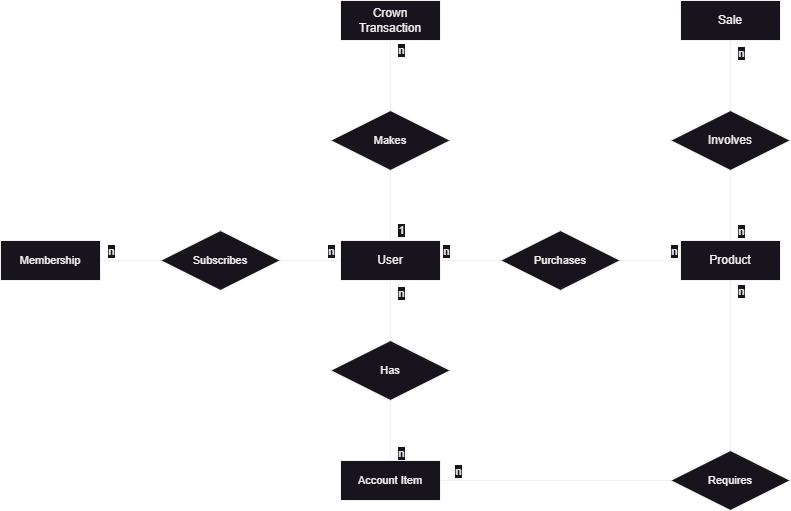
Above: ERModel.png in rpeixe/AspNetCore-MvcStore (draw.io), before the change. Source tidied: cells renumbered, new cells last; positions are measured from the earlier drawing's top-left corner, leaving out a move shared by most shapes.
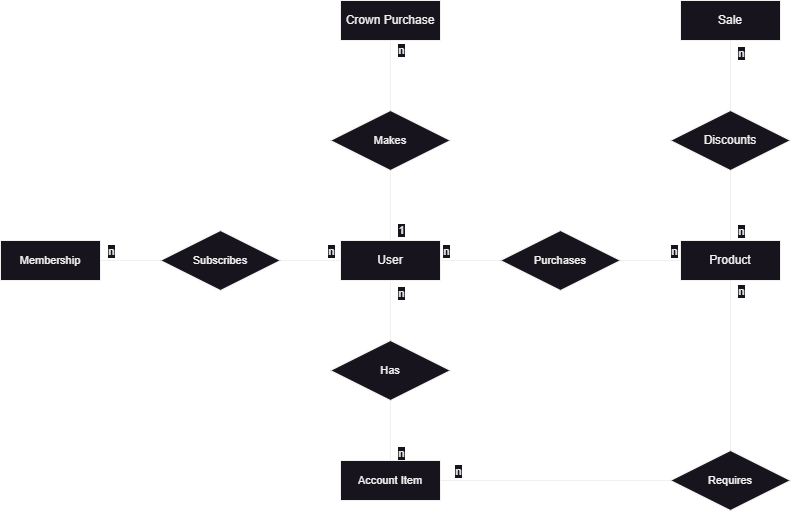
After the commit.

Commit message:
Changed names for consistency

What changed in the source:
```diff
@@ -37,7 +37,7 @@
     <mxCell id="10" value="User" style="whiteSpace=wrap;html=1;align=center;" parent="1" vertex="1">
       <mxGeometry x="340" y="240" width="100" height="40" as="geometry" />
     </mxCell>
-    <mxCell id="11" value="Crown Transaction" style="whiteSpace=wrap;html=1;align=center;" parent="1" vertex="1">
+    <mxCell id="11" value="Crown Purchase" style="whiteSpace=wrap;html=1;align=center;" parent="1" vertex="1">
       <mxGeometry x="340" width="100" height="40" as="geometry" />
     </mxCell>
     <mxCell id="12" style="edgeStyle=orthogonalEdgeStyle;shape=connector;rounded=0;jettySize=auto;html=1;strokeColor=default;align=center;verticalAlign=middle;fontFamily=Helvetica;fontSize=11;fontColor=default;labelBackgroundColor=default;endArrow=none;endFill=0;" parent="1" edge="1" source="16" target="23">
@@ -131,7 +131,7 @@
         <mxPoint x="9" as="offset" />
       </mxGeometry>
     </mxCell>
-    <mxCell id="37" value="Involves" style="shape=rhombus;perimeter=rhombusPerimeter;whiteSpace=wrap;html=1;align=center;" parent="1" vertex="1">
+    <mxCell id="37" value="Discounts" style="shape=rhombus;perimeter=rhombusPerimeter;whiteSpace=wrap;html=1;align=center;" parent="1" vertex="1">
       <mxGeometry x="670" y="110" width="120" height="60" as="geometry" />
     </mxCell>
   </root>
```
